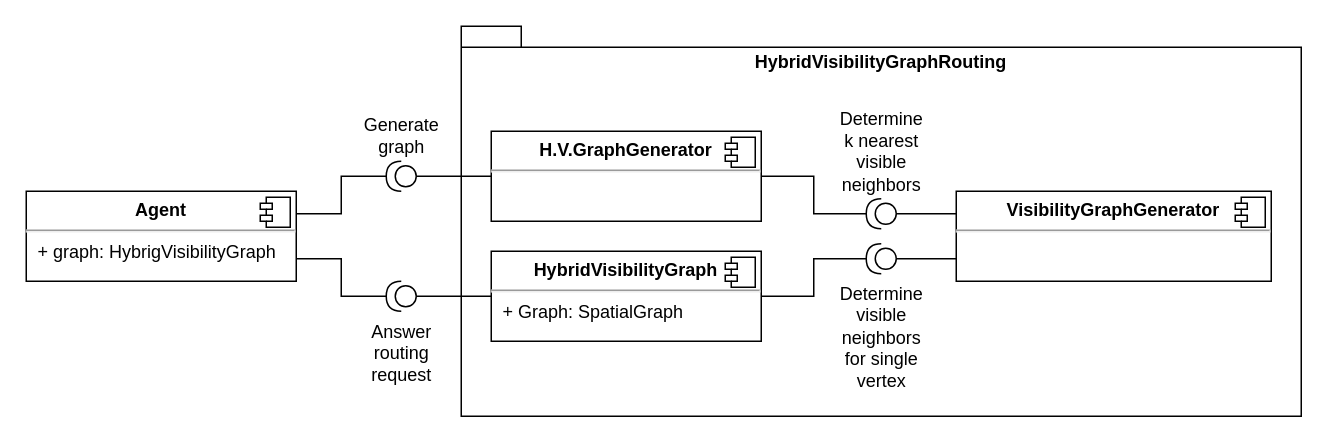
Before: doc/components.drawio in hauke96/master-thesis, a draw.io diagram. Source tidied: cells renumbered, new cells numbered last; positions are measured from the earlier drawing's top-left corner, leaving out a move shared by most shapes. Both pictures are drawn from the tidied source at 150%, with x=0, y=0 at pixel (26, 26).
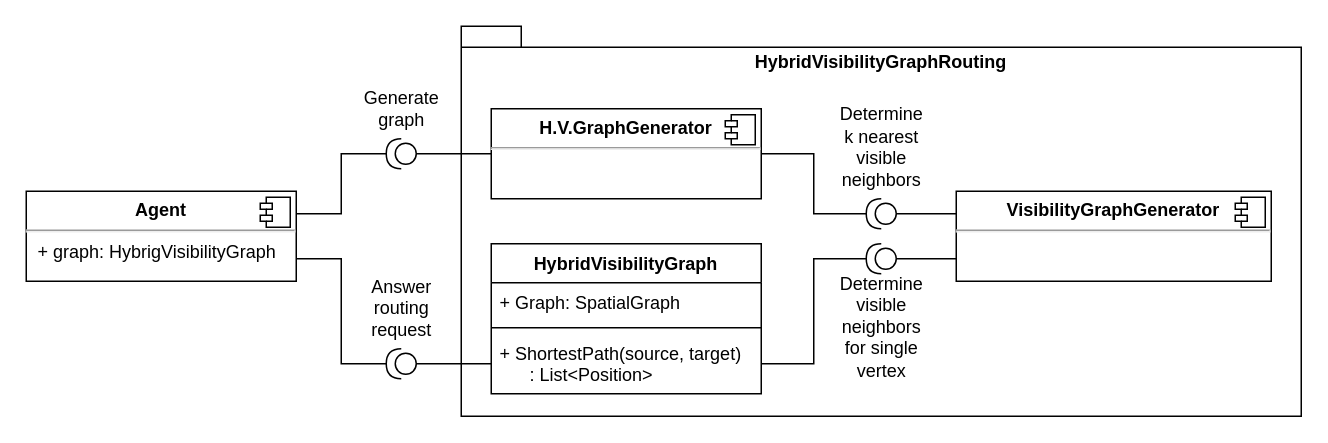
Above is the later version.

Commit message (it also covers changes not shown here):
Update component figure and revise according section

What changed in the source:
```diff
@@
     <mxCell id="9" value="&lt;p style=&quot;margin:0px;margin-top:6px;text-align:center;&quot;&gt;&lt;b&gt;H.V.GraphGenerator&lt;/b&gt;&lt;/p&gt;&lt;hr&gt;&lt;p style=&quot;margin:0px;margin-left:8px;&quot;&gt;&lt;br&gt;&lt;/p&gt;" style="align=left;overflow=fill;html=1;whiteSpace=wrap;fontFamily=Linux Libertine;" parent="1" vertex="1">
-      <mxGeometry x="310" y="70" width="180" height="60" as="geometry" />
+      <mxGeometry x="310" y="55" width="180" height="60" as="geometry" />
     </mxCell>
@@
-    <mxCell id="11" value="&lt;div&gt;Generate&lt;/div&gt;&lt;div&gt;graph&lt;br&gt;&lt;/div&gt;" style="shape=providedRequiredInterface;html=1;verticalLabelPosition=top;sketch=0;rotation=0;flipH=1;spacing=2;verticalAlign=bottom;spacingTop=0;labelPosition=center;align=center;fontFamily=Linux Libertine;" parent="1" vertex="1">
-      <mxGeometry x="240" y="90" width="20" height="20" as="geometry" />
+    <mxCell id="11" value="&lt;div&gt;Generate&lt;/div&gt;&lt;div&gt;graph&lt;br&gt;&lt;/div&gt;" style="shape=providedRequiredInterface;html=1;verticalLabelPosition=top;sketch=0;rotation=0;flipH=1;spacing=5;verticalAlign=bottom;spacingTop=0;labelPosition=center;align=center;fontFamily=Linux Libertine;" parent="1" vertex="1">
+      <mxGeometry x="240" y="75" width="20" height="20" as="geometry" />
     </mxCell>
@@
-    <mxCell id="16" value="&lt;div&gt;Determine&lt;/div&gt;&lt;div&gt;k nearest&lt;/div&gt;&lt;div&gt;visible&lt;/div&gt;&lt;div&gt;neighbors&lt;br&gt;&lt;/div&gt;" style="shape=providedRequiredInterface;html=1;verticalLabelPosition=top;sketch=0;flipH=1;labelPosition=center;align=center;verticalAlign=bottom;fontFamily=Linux Libertine;" parent="1" vertex="1">
+    <mxCell id="16" value="&lt;div&gt;Determine&lt;/div&gt;&lt;div&gt;k nearest&lt;/div&gt;&lt;div&gt;visible&lt;/div&gt;&lt;div&gt;neighbors&lt;br&gt;&lt;/div&gt;" style="shape=providedRequiredInterface;html=1;verticalLabelPosition=top;sketch=0;flipH=1;labelPosition=center;align=center;verticalAlign=bottom;fontFamily=Linux Libertine;spacing=5;" parent="1" vertex="1">
       <mxGeometry x="560" y="115" width="20" height="20" as="geometry" />
     </mxCell>
-    <mxCell id="17" style="edgeStyle=orthogonalEdgeStyle;rounded=0;jettySize=auto;html=1;exitX=0;exitY=0.5;exitDx=0;exitDy=0;entryX=0;entryY=0.5;entryDx=0;entryDy=0;entryPerimeter=0;endArrow=none;endFill=0;fontFamily=Linux Libertine;" parent="1" edge="1" source="19" target="21">
-      <mxGeometry relative="1" as="geometry" />
-    </mxCell>
-    <mxCell id="18" style="edgeStyle=orthogonalEdgeStyle;rounded=0;jettySize=auto;html=1;exitX=1;exitY=0.5;exitDx=0;exitDy=0;entryX=1;entryY=0.5;entryDx=0;entryDy=0;entryPerimeter=0;endArrow=none;endFill=0;fontFamily=Linux Libertine;" parent="1" edge="1" source="19" target="22">
-      <mxGeometry relative="1" as="geometry" />
-    </mxCell>
-    <mxCell id="19" value="&lt;p style=&quot;margin:0px;margin-top:6px;text-align:center;&quot;&gt;&lt;b&gt;HybridVisibilityGraph&lt;/b&gt;&lt;/p&gt;&lt;hr&gt;&lt;p style=&quot;margin:0px;margin-left:8px;&quot;&gt;+ Graph: SpatialGraph&lt;br&gt;&lt;/p&gt;" style="align=left;overflow=fill;html=1;whiteSpace=wrap;fontFamily=Linux Libertine;" parent="1" vertex="1">
-      <mxGeometry x="310" y="150" width="180" height="60" as="geometry" />
-    </mxCell>
-    <mxCell id="20" style="shape=component;jettyWidth=8;jettyHeight=4;fontFamily=Linux Libertine;" parent="19" vertex="1">
-      <mxGeometry x="1" width="20" height="20" relative="1" as="geometry">
-        <mxPoint x="-24" y="4" as="offset" />
-      </mxGeometry>
-    </mxCell>
-    <mxCell id="21" value="&lt;div&gt;Answer&lt;/div&gt;&lt;div&gt;routing&lt;/div&gt;&lt;div&gt;request&lt;br&gt;&lt;/div&gt;" style="shape=providedRequiredInterface;html=1;verticalLabelPosition=bottom;sketch=0;flipH=1;labelPosition=center;align=center;verticalAlign=top;fontFamily=Linux Libertine;" parent="1" vertex="1">
-      <mxGeometry x="240" y="170" width="20" height="20" as="geometry" />
+    <mxCell id="21" value="&lt;div&gt;Answer&lt;/div&gt;&lt;div&gt;routing&lt;/div&gt;&lt;div&gt;request&lt;br&gt;&lt;/div&gt;" style="shape=providedRequiredInterface;html=1;verticalLabelPosition=top;sketch=0;flipH=1;labelPosition=center;align=center;verticalAlign=bottom;fontFamily=Linux Libertine;spacing=5;" parent="1" vertex="1">
+      <mxGeometry x="240" y="215" width="20" height="20" as="geometry" />
     </mxCell>
-    <mxCell id="22" value="&lt;div&gt;Determine&lt;/div&gt;&lt;div&gt;visible&lt;/div&gt;&lt;div&gt;neighbors&lt;/div&gt;&lt;div&gt;for single&lt;/div&gt;&lt;div&gt;vertex&lt;/div&gt;" style="shape=providedRequiredInterface;html=1;verticalLabelPosition=bottom;sketch=0;flipH=1;labelPosition=center;align=center;verticalAlign=top;fontFamily=Linux Libertine;" parent="1" vertex="1">
+    <mxCell id="22" value="&lt;div&gt;Determine&lt;/div&gt;&lt;div&gt;visible&lt;/div&gt;&lt;div&gt;neighbors&lt;/div&gt;&lt;div&gt;for single&lt;/div&gt;&lt;div&gt;vertex&lt;/div&gt;" style="shape=providedRequiredInterface;html=1;verticalLabelPosition=bottom;sketch=0;flipH=1;labelPosition=center;align=center;verticalAlign=top;fontFamily=Linux Libertine;spacing=-5;" parent="1" vertex="1">
       <mxGeometry x="560" y="145" width="20" height="20" as="geometry" />
     </mxCell>
+    <mxCell id="23" value="&lt;b&gt;HybridVisibilityGraph&lt;/b&gt;" style="swimlane;fontStyle=1;align=center;verticalAlign=top;horizontal=1;startSize=26;whiteSpace=wrap;html=1;fontFamily=Linux Libertine;" parent="1" vertex="1">
+      <mxGeometry x="310" y="145" width="180" height="100" as="geometry" />
+    </mxCell>
+    <mxCell id="24" value="+ Graph: SpatialGraph" style="text;strokeColor=none;fillColor=none;align=left;verticalAlign=top;spacingLeft=4;spacingRight=4;overflow=hidden;whiteSpace=wrap;html=1;fontFamily=Linux Libertine;" parent="23" vertex="1">
+      <mxGeometry y="26" width="180" height="26" as="geometry" />
+    </mxCell>
+    <mxCell id="25" style="line;strokeWidth=1;fillColor=none;align=left;verticalAlign=middle;spacingTop=-1;spacingLeft=3;spacingRight=3;labelPosition=right;strokeColor=inherit;fontFamily=Linux Libertine;" parent="23" vertex="1">
+      <mxGeometry y="52" width="180" height="8" as="geometry" />
+    </mxCell>
+    <mxCell id="26" value="&lt;div&gt;+ ShortestPath(source, target)&lt;/div&gt;&lt;div&gt;&amp;nbsp;&amp;nbsp;&amp;nbsp;&amp;nbsp;&amp;nbsp; : List&amp;lt;Position&amp;gt;&lt;/div&gt;" style="text;strokeColor=none;fillColor=none;align=left;verticalAlign=top;spacingLeft=4;spacingRight=4;overflow=hidden;points=[[0,0.5],[1,0.5]];portConstraint=eastwest;whiteSpace=wrap;html=1;fontFamily=Linux Libertine;" parent="23" vertex="1">
+      <mxGeometry y="60" width="180" height="40" as="geometry" />
+    </mxCell>
+    <mxCell id="27" style="edgeStyle=orthogonalEdgeStyle;jettySize=auto;html=1;exitX=0;exitY=0.5;exitDx=0;exitDy=0;entryX=0;entryY=0.5;entryDx=0;entryDy=0;entryPerimeter=0;rounded=0;endArrow=none;endFill=0;" parent="1" edge="1" source="26" target="21">
+      <mxGeometry relative="1" as="geometry" />
+    </mxCell>
+    <mxCell id="28" style="edgeStyle=orthogonalEdgeStyle;rounded=0;jettySize=auto;html=1;exitX=1;exitY=0.5;exitDx=0;exitDy=0;entryX=1;entryY=0.5;entryDx=0;entryDy=0;entryPerimeter=0;endArrow=none;endFill=0;" parent="1" edge="1" source="26" target="22">
+      <mxGeometry relative="1" as="geometry" />
+    </mxCell>
```
